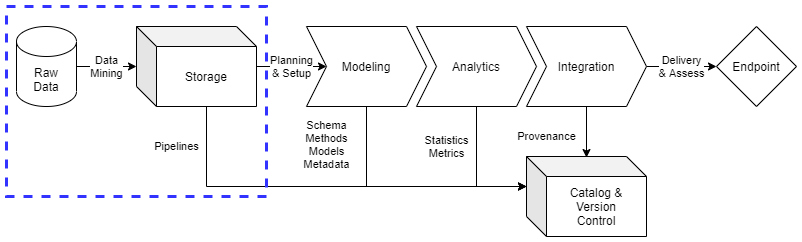
The draw.io diagram docs/source/static/images/dm_overview_storage.png in CertusGroup/ciutshi, before a commit. Source tidied: cells renumbered, new cells last; positions are measured from the earlier drawing's top-left corner, leaving out a move shared by most shapes.
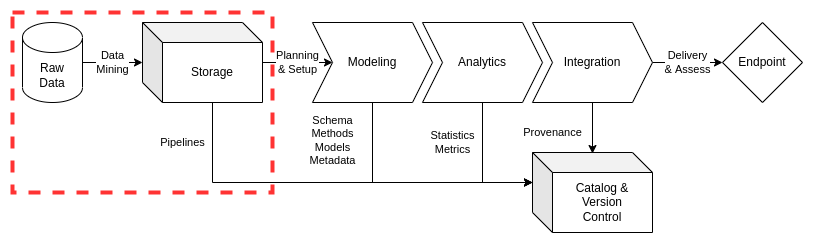
Later version of the same file.

What changed in the source:
```diff
@@ -44,8 +44,8 @@
     <mxCell id="15" value="Catalog &amp;amp;&lt;br&gt;Version&lt;br&gt;Control" style="shape=cube;whiteSpace=wrap;html=1;boundedLbl=1;backgroundOutline=1;darkOpacity=0.05;darkOpacity2=0.1;" parent="1" vertex="1">
       <mxGeometry x="520" y="150" width="120" height="80" as="geometry" />
     </mxCell>
-    <mxCell id="16" style="rounded=0;whiteSpace=wrap;html=1;fillColor=none;dashed=1;strokeWidth=3;strokeColor=#3333FF;" parent="1" vertex="1">
-      <mxGeometry width="260" height="190" as="geometry" />
-    </mxCell>
+    <mxCell id="17" style="rounded=0;whiteSpace=wrap;html=1;dashed=1;strokeColor=#FF3333;strokeWidth=4;fillColor=none;" parent="1" vertex="1">
+      <mxGeometry y="10" width="260" height="180" as="geometry" />
+    </mxCell>
   </root>
 </mxGraphModel>
```
